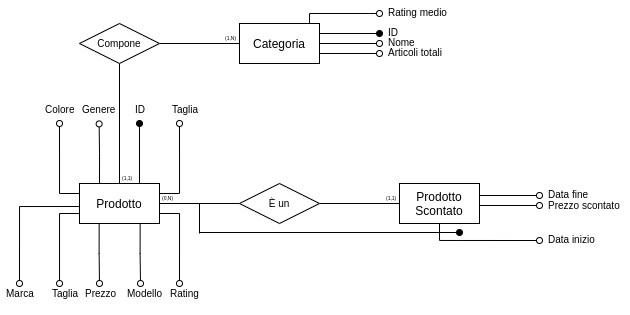
This is docs/images/prodotto.png from krosspile/ecommerce_database, a draw.io export, as it was before one commit. Source tidied: cells renumbered, new cells last; positions are measured from the earlier drawing's top-left corner, leaving out a move shared by most shapes.
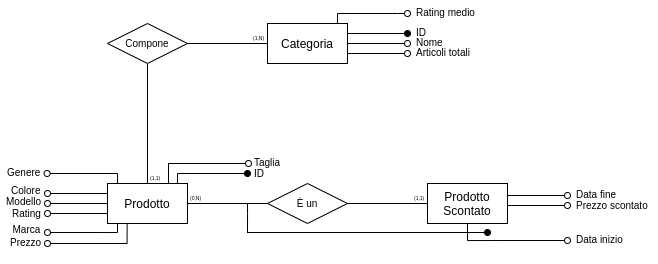
Above is the later version.

Change to the diagram source:
```diff
@@ -5,33 +5,14 @@
     <mxCell id="2" style="edgeStyle=orthogonalEdgeStyle;rounded=0;jettySize=auto;html=1;exitX=1;exitY=0.5;exitDx=0;exitDy=0;entryX=0;entryY=0.5;entryDx=0;entryDy=0;fontSize=10;endArrow=none;endFill=0;" parent="1" edge="1" source="8" target="10">
       <mxGeometry relative="1" as="geometry" />
     </mxCell>
-    <mxCell id="3" style="edgeStyle=orthogonalEdgeStyle;rounded=0;jettySize=auto;html=1;exitX=0;exitY=0.75;exitDx=0;exitDy=0;fontSize=10;endArrow=oval;endFill=0;" parent="1" edge="1" source="8">
-      <mxGeometry relative="1" as="geometry">
-        <mxPoint x="59" y="283" as="targetPoint" />
-        <Array as="points">
-          <mxPoint x="59" y="213" />
-          <mxPoint x="59" y="283" />
-        </Array>
-      </mxGeometry>
-    </mxCell>
-    <mxCell id="4" style="edgeStyle=orthogonalEdgeStyle;rounded=0;jettySize=auto;html=1;exitX=1;exitY=0.75;exitDx=0;exitDy=0;fontSize=10;endArrow=oval;endFill=0;" parent="1" edge="1" source="8">
-      <mxGeometry relative="1" as="geometry">
-        <mxPoint x="179" y="283" as="targetPoint" />
-      </mxGeometry>
-    </mxCell>
     <mxCell id="5" style="edgeStyle=orthogonalEdgeStyle;rounded=0;jettySize=auto;html=1;exitX=0.5;exitY=0;exitDx=0;exitDy=0;entryX=0.5;entryY=1;entryDx=0;entryDy=0;fontSize=10;endArrow=none;endFill=0;" parent="1" edge="1" source="8" target="28">
       <mxGeometry relative="1" as="geometry" />
     </mxCell>
     <mxCell id="6" style="edgeStyle=orthogonalEdgeStyle;rounded=0;jettySize=auto;html=1;exitX=0;exitY=0.25;exitDx=0;exitDy=0;fontSize=10;endArrow=oval;endFill=0;" parent="1" edge="1" source="8">
       <mxGeometry relative="1" as="geometry">
-        <mxPoint x="59" y="123" as="targetPoint" />
+        <mxPoint x="19" y="193" as="targetPoint" />
       </mxGeometry>
     </mxCell>
-    <mxCell id="7" style="edgeStyle=orthogonalEdgeStyle;rounded=0;jettySize=auto;html=1;exitX=1;exitY=0.25;exitDx=0;exitDy=0;fontSize=10;endArrow=oval;endFill=0;" parent="1" edge="1" source="8">
-      <mxGeometry relative="1" as="geometry">
-        <mxPoint x="179" y="123" as="targetPoint" />
-      </mxGeometry>
-    </mxCell>
     <mxCell id="8" value="Prodotto" style="whiteSpace=wrap;html=1;align=center;" parent="1" vertex="1">
       <mxGeometry x="79" y="183" width="80" height="40" as="geometry" />
     </mxCell>
@@ -80,46 +61,37 @@
     </mxCell>
     <mxCell id="19" style="endArrow=oval;html=1;rounded=0;fontSize=10;edgeStyle=orthogonalEdgeStyle;endFill=1;" parent="1" edge="1">
       <mxGeometry relative="1" as="geometry">
-        <mxPoint x="199" y="232" as="sourcePoint" />
+        <mxPoint x="219" y="232" as="sourcePoint" />
         <mxPoint x="459" y="232" as="targetPoint" />
       </mxGeometry>
     </mxCell>
     <mxCell id="20" style="endArrow=none;html=1;rounded=0;fontSize=10;edgeStyle=orthogonalEdgeStyle;" parent="1" edge="1">
       <mxGeometry relative="1" as="geometry">
-        <mxPoint x="199" y="203" as="sourcePoint" />
-        <mxPoint x="199" y="233" as="targetPoint" />
+        <mxPoint x="219" y="203" as="sourcePoint" />
+        <mxPoint x="219" y="232.5" as="targetPoint" />
+        <Array as="points">
+          <mxPoint x="219" y="213" />
+          <mxPoint x="219" y="213" />
+        </Array>
       </mxGeometry>
     </mxCell>
-    <mxCell id="21" style="endArrow=oval;html=1;rounded=0;fontSize=10;edgeStyle=orthogonalEdgeStyle;entryX=0.133;entryY=1.01;entryDx=0;entryDy=0;entryPerimeter=0;endFill=0;exitX=0.133;exitY=1.01;exitDx=0;exitDy=0;exitPerimeter=0;" parent="1" edge="1">
+    <mxCell id="21" style="endArrow=oval;html=1;rounded=0;fontSize=10;edgeStyle=orthogonalEdgeStyle;endFill=0;exitX=0.133;exitY=1.01;exitDx=0;exitDy=0;exitPerimeter=0;" parent="1" edge="1">
       <mxGeometry relative="1" as="geometry">
-        <mxPoint x="99" y="183" as="sourcePoint" />
-        <mxPoint x="98.6" y="123.4" as="targetPoint" />
+        <mxPoint x="89" y="183" as="sourcePoint" />
+        <mxPoint x="18.6" y="173" as="targetPoint" />
         <Array as="points">
-          <mxPoint x="99" y="153" />
-          <mxPoint x="99" y="153" />
+          <mxPoint x="89" y="173" />
         </Array>
       </mxGeometry>
     </mxCell>
     <mxCell id="22" value="ID" style="text;strokeColor=none;fillColor=none;spacingLeft=4;spacingRight=4;overflow=hidden;fontSize=10;" parent="1" vertex="1">
-      <mxGeometry x="129" y="97" width="27" height="30" as="geometry" />
+      <mxGeometry x="220" y="161" width="27" height="30" as="geometry" />
     </mxCell>
-    <mxCell id="23" style="endArrow=oval;html=1;rounded=0;fontSize=10;edgeStyle=orthogonalEdgeStyle;entryX=0.133;entryY=1.01;entryDx=0;entryDy=0;entryPerimeter=0;endFill=0;exitX=0.133;exitY=1.01;exitDx=0;exitDy=0;exitPerimeter=0;" parent="1" edge="1">
-      <mxGeometry relative="1" as="geometry">
-        <mxPoint x="139.6" y="223.4" as="sourcePoint" />
-        <mxPoint x="140" y="283" as="targetPoint" />
-        <Array as="points">
-          <mxPoint x="140" y="253" />
-        </Array>
-      </mxGeometry>
-    </mxCell>
-    <mxCell id="24" value="Taglia" style="text;strokeColor=none;fillColor=none;spacingLeft=4;spacingRight=4;overflow=hidden;fontSize=10;" parent="1" vertex="1">
-      <mxGeometry x="46" y="281" width="43" height="30" as="geometry" />
-    </mxCell>
     <mxCell id="25" value="Modello" style="text;strokeColor=none;fillColor=none;spacingLeft=4;spacingRight=4;overflow=hidden;fontSize=10;" parent="1" vertex="1">
-      <mxGeometry x="121" y="281" width="50" height="30" as="geometry" />
+      <mxGeometry x="-28" y="189" width="50" height="30" as="geometry" />
     </mxCell>
     <mxCell id="26" value="Prezzo" style="text;strokeColor=none;fillColor=none;spacingLeft=4;spacingRight=4;overflow=hidden;fontSize=10;" parent="1" vertex="1">
-      <mxGeometry x="79" y="281" width="48" height="30" as="geometry" />
+      <mxGeometry x="-24" y="230" width="48" height="30" as="geometry" />
     </mxCell>
     <mxCell id="27" style="edgeStyle=orthogonalEdgeStyle;rounded=0;jettySize=auto;html=1;exitX=1;exitY=0.5;exitDx=0;exitDy=0;entryX=0;entryY=0.5;entryDx=0;entryDy=0;fontSize=10;endArrow=none;endFill=0;" parent="1" edge="1" source="28" target="30">
       <mxGeometry relative="1" as="geometry" />
@@ -136,19 +108,23 @@
       <mxGeometry x="239" y="23" width="80" height="40" as="geometry" />
     </mxCell>
     <mxCell id="31" value="Colore" style="text;strokeColor=none;fillColor=none;spacingLeft=4;spacingRight=4;overflow=hidden;fontSize=10;" parent="1" vertex="1">
-      <mxGeometry x="39" y="97" width="48" height="30" as="geometry" />
+      <mxGeometry x="-23" y="178" width="48" height="30" as="geometry" />
     </mxCell>
     <mxCell id="32" value="Taglia" style="text;strokeColor=none;fillColor=none;spacingLeft=4;spacingRight=4;overflow=hidden;fontSize=10;" parent="1" vertex="1">
-      <mxGeometry x="166" y="97" width="48" height="30" as="geometry" />
+      <mxGeometry x="220" y="150" width="48" height="30" as="geometry" />
     </mxCell>
-    <mxCell id="33" style="endArrow=oval;html=1;rounded=0;fontSize=10;edgeStyle=orthogonalEdgeStyle;endFill=1;" parent="1" edge="1">
+    <mxCell id="33" style="endArrow=oval;html=1;rounded=0;fontSize=10;edgeStyle=orthogonalEdgeStyle;endFill=0;" parent="1" edge="1">
       <mxGeometry relative="1" as="geometry">
-        <mxPoint x="139" y="183" as="sourcePoint" />
-        <mxPoint x="139" y="123" as="targetPoint" />
+        <mxPoint x="140" y="183" as="sourcePoint" />
+        <mxPoint x="220" y="163" as="targetPoint" />
+        <Array as="points">
+          <mxPoint x="140" y="163" />
+          <mxPoint x="220" y="163" />
+        </Array>
       </mxGeometry>
     </mxCell>
     <mxCell id="34" value="Genere" style="text;strokeColor=none;fillColor=none;spacingLeft=4;spacingRight=4;overflow=hidden;fontSize=10;" parent="1" vertex="1">
-      <mxGeometry x="76" y="97" width="48" height="30" as="geometry" />
+      <mxGeometry x="-27" y="160" width="48" height="30" as="geometry" />
     </mxCell>
     <mxCell id="35" value="ID" style="text;strokeColor=none;fillColor=none;spacingLeft=4;spacingRight=4;overflow=hidden;fontSize=10;" parent="1" vertex="1">
       <mxGeometry x="382" y="20" width="27" height="23" as="geometry" />
@@ -187,18 +163,17 @@
     <mxCell id="43" value="(1,N)" style="text;strokeColor=none;fillColor=none;spacingLeft=4;spacingRight=4;overflow=hidden;fontSize=5;" parent="1" vertex="1">
       <mxGeometry x="219" y="29" width="48" height="30" as="geometry" />
     </mxCell>
-    <mxCell id="44" style="endArrow=oval;html=1;rounded=0;fontSize=10;edgeStyle=orthogonalEdgeStyle;entryX=0.133;entryY=1.01;entryDx=0;entryDy=0;entryPerimeter=0;endFill=0;exitX=0.133;exitY=1.01;exitDx=0;exitDy=0;exitPerimeter=0;" parent="1" edge="1">
+    <mxCell id="44" style="endArrow=oval;html=1;rounded=0;fontSize=10;edgeStyle=orthogonalEdgeStyle;endFill=0;exitX=0.133;exitY=1.01;exitDx=0;exitDy=0;exitPerimeter=0;" parent="1" edge="1">
       <mxGeometry relative="1" as="geometry">
         <mxPoint x="98.6" y="223.4" as="sourcePoint" />
-        <mxPoint x="99" y="283" as="targetPoint" />
+        <mxPoint x="19" y="243" as="targetPoint" />
         <Array as="points">
-          <mxPoint x="99" y="253" />
-          <mxPoint x="99" y="253" />
+          <mxPoint x="99" y="243" />
         </Array>
       </mxGeometry>
     </mxCell>
     <mxCell id="45" value="Rating" style="text;strokeColor=none;fillColor=none;spacingLeft=4;spacingRight=4;overflow=hidden;fontSize=10;" parent="1" vertex="1">
-      <mxGeometry x="164" y="281" width="45" height="30" as="geometry" />
+      <mxGeometry x="-22" y="201" width="45" height="30" as="geometry" />
     </mxCell>
     <mxCell id="46" value="Rating medio" style="text;strokeColor=none;fillColor=none;spacingLeft=4;spacingRight=4;overflow=hidden;fontSize=10;" parent="1" vertex="1">
       <mxGeometry x="382" width="77" height="23" as="geometry" />
@@ -209,17 +184,38 @@
         <mxPoint x="379" y="53" as="targetPoint" />
       </mxGeometry>
     </mxCell>
-    <mxCell id="48" style="edgeStyle=orthogonalEdgeStyle;rounded=0;orthogonalLoop=1;jettySize=auto;html=1;exitX=0;exitY=0.75;exitDx=0;exitDy=0;fontSize=10;endArrow=oval;endFill=0;" parent="1" edge="1">
-      <mxGeometry relative="1" as="geometry">
-        <mxPoint x="79" y="206" as="sourcePoint" />
-        <mxPoint x="19" y="283" as="targetPoint" />
-        <Array as="points">
-          <mxPoint x="19" y="206" />
-        </Array>
-      </mxGeometry>
-    </mxCell>
     <mxCell id="49" value="Marca" style="text;strokeColor=none;fillColor=none;spacingLeft=4;spacingRight=4;overflow=hidden;fontSize=10;" parent="1" vertex="1">
-      <mxGeometry y="281" width="43" height="30" as="geometry" />
+      <mxGeometry x="-21.5" y="217" width="43" height="30" as="geometry" />
     </mxCell>
+    <mxCell id="50" style="endArrow=oval;html=1;rounded=0;fontSize=10;edgeStyle=orthogonalEdgeStyle;endFill=0;" parent="1" edge="1">
+      <mxGeometry relative="1" as="geometry">
+        <mxPoint x="89" y="223" as="sourcePoint" />
+        <mxPoint x="19" y="232" as="targetPoint" />
+        <Array as="points">
+          <mxPoint x="89.4" y="231.6" />
+        </Array>
+      </mxGeometry>
+    </mxCell>
+    <mxCell id="51" style="endArrow=oval;html=1;rounded=0;fontSize=10;edgeStyle=orthogonalEdgeStyle;endFill=1;" parent="1" edge="1">
+      <mxGeometry relative="1" as="geometry">
+        <mxPoint x="149" y="183" as="sourcePoint" />
+        <mxPoint x="219" y="173" as="targetPoint" />
+        <Array as="points">
+          <mxPoint x="149" y="173" />
+        </Array>
+      </mxGeometry>
+    </mxCell>
+    <mxCell id="52" style="edgeStyle=orthogonalEdgeStyle;rounded=0;orthogonalLoop=1;jettySize=auto;html=1;exitX=0;exitY=0.25;exitDx=0;exitDy=0;fontSize=10;endArrow=oval;endFill=0;" parent="1" edge="1">
+      <mxGeometry relative="1" as="geometry">
+        <mxPoint x="79" y="203" as="sourcePoint" />
+        <mxPoint x="19" y="203" as="targetPoint" />
+      </mxGeometry>
+    </mxCell>
+    <mxCell id="53" style="edgeStyle=orthogonalEdgeStyle;rounded=0;orthogonalLoop=1;jettySize=auto;html=1;exitX=0;exitY=0.25;exitDx=0;exitDy=0;fontSize=10;endArrow=oval;endFill=0;" parent="1" edge="1">
+      <mxGeometry relative="1" as="geometry">
+        <mxPoint x="79" y="213" as="sourcePoint" />
+        <mxPoint x="19" y="213" as="targetPoint" />
+      </mxGeometry>
+    </mxCell>
   </root>
 </mxGraphModel>
```
